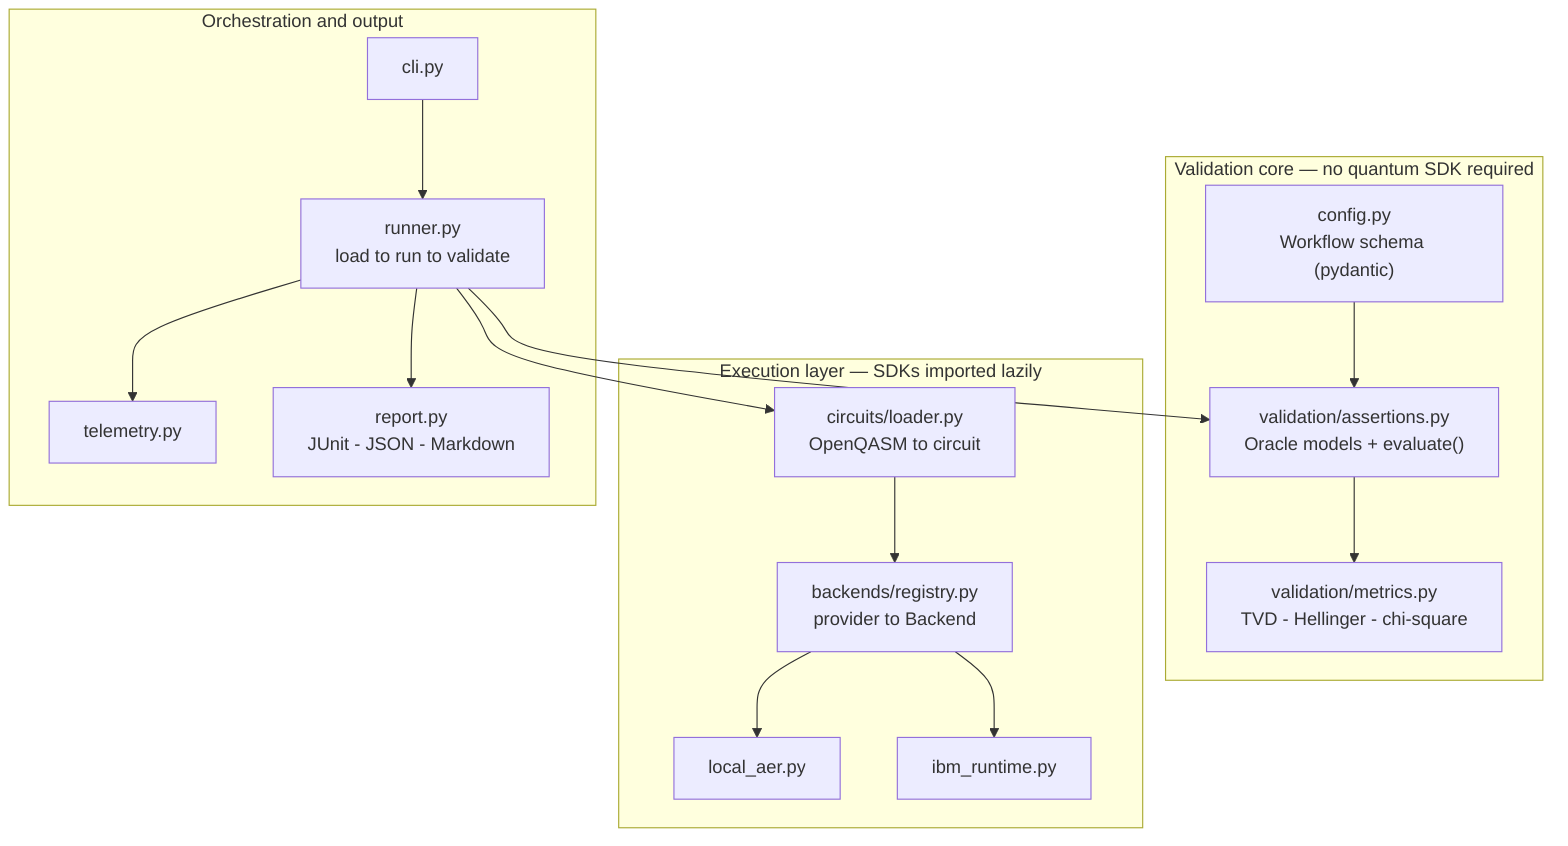
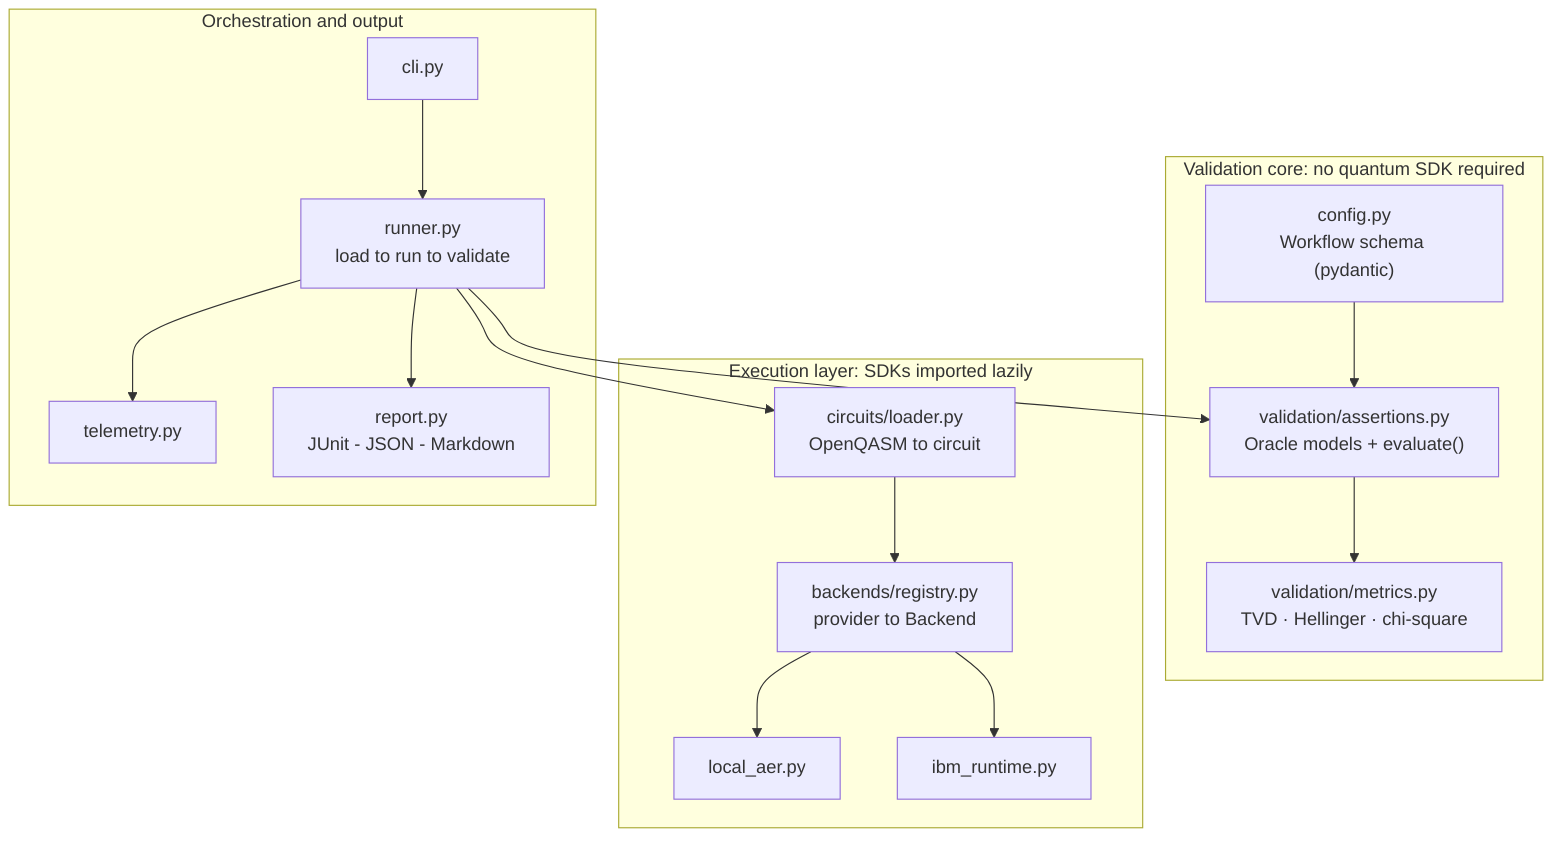
- %% shotgate component architecture — render with the Mermaid CLI or any Mermaid viewer.
+ %% shotgate component architecture: render with the Mermaid CLI or any Mermaid viewer.
flowchart TB
-     subgraph CoreLayer["Validation core — no quantum SDK required"]
+     subgraph CoreLayer["Validation core: no quantum SDK required"]
        config["config.py\nWorkflow schema (pydantic)"]
        assertions["validation/assertions.py\nOracle models + evaluate()"]
-         metrics["validation/metrics.py\nTVD - Hellinger - chi-square"]
+         metrics["validation/metrics.py\nTVD · Hellinger · chi-square"]
    end
-     subgraph ExecLayer["Execution layer — SDKs imported lazily"]
+     subgraph ExecLayer["Execution layer: SDKs imported lazily"]
        loader["circuits/loader.py\nOpenQASM to circuit"]
        registry["backends/registry.py\nprovider to Backend"]
        aer["local_aer.py"]
        ibm["ibm_runtime.py"]
    end
    subgraph OrchLayer["Orchestration and output"]
        runner["runner.py\nload to run to validate"]
        telemetry["telemetry.py"]
        report["report.py\nJUnit - JSON - Markdown"]
        cli["cli.py"]
    end
    config --> assertions --> metrics
    cli --> runner
    runner --> loader --> registry
    registry --> aer & ibm
    runner --> assertions
    runner --> telemetry
    runner --> report
